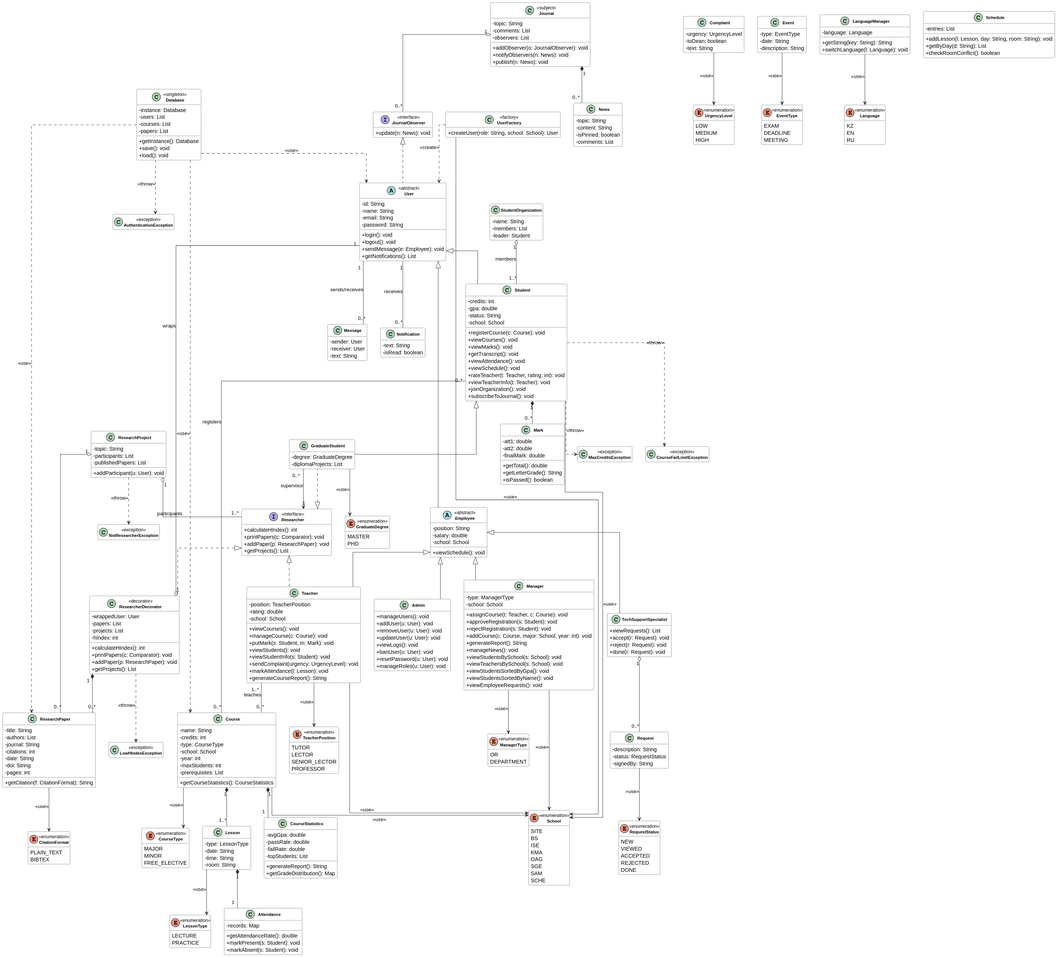
Earlier version of the PlantUML export docs/exports/synapse_class_diagram.svg (saltanatkubiyeva/synapse-portal).
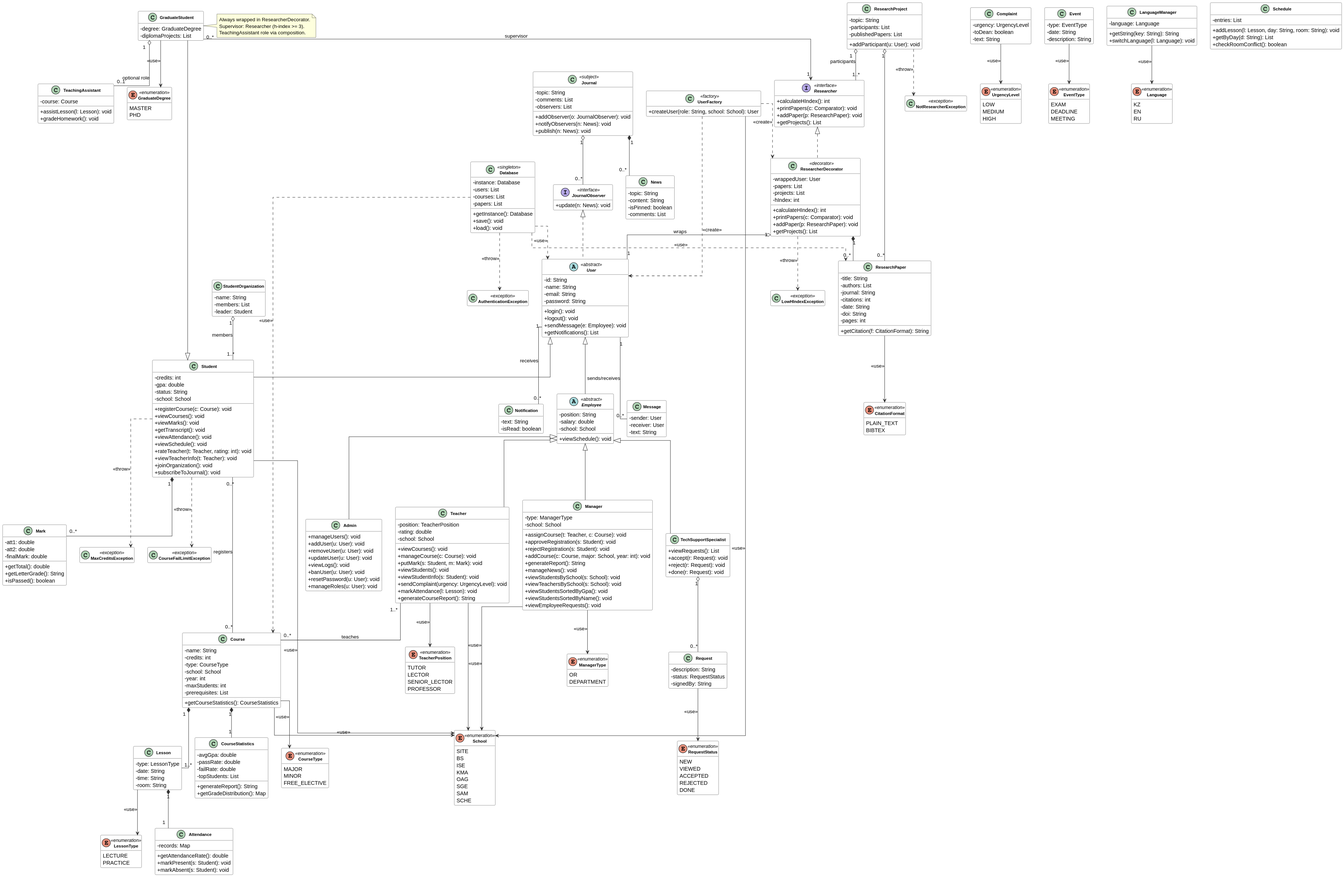
After the change.

What changed in the source:
```diff
@@ -124,6 +124,18 @@
   - degree: GraduateDegree
   - diplomaProjects: List
 }
+
+class TeachingAssistant {
+  - course: Course
+  + assistLesson(l: Lesson): void
+  + gradeHomework(): void
+}
+
+note right of GraduateStudent
+  Always wrapped in ResearcherDecorator.
+  Supervisor: Researcher (h-index >= 3).
+  TeachingAssistant role via composition.
+end note
 
 GraduateStudent --> GraduateDegree : <<use>>
 
@@ -390,8 +402,6 @@
 
 
 Researcher <|.. ResearcherDecorator
-Researcher <|.. Teacher
-Researcher <|.. GraduateStudent
 JournalObserver <|.. User
 
 
@@ -416,7 +426,8 @@
 Student "0..*" -- "0..*" Course : registers
 Teacher "1..*" -- "0..*" Course : teaches
 GraduateStudent "0..*" --> "1" Researcher : supervisor
-
+GraduateStudent "1" o-- "0..1" TeachingAssistant : optional role
+UserFactory ..> ResearcherDecorator : <<create>>
 
 Database ..> User : <<use>>
 Database ..> Course : <<use>>
```
